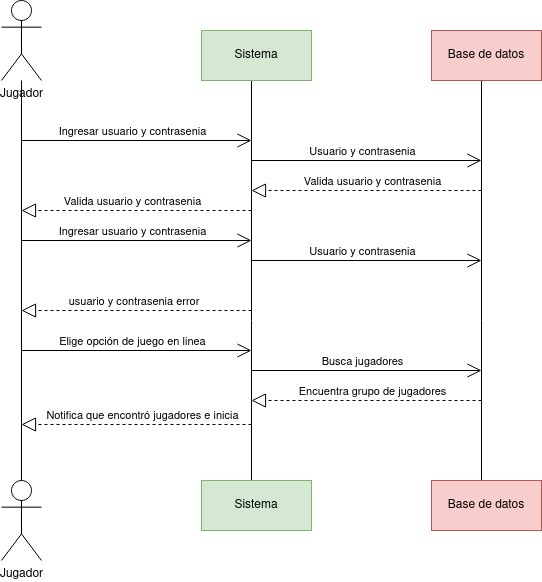
Above: Diagrama de Secuencia - Sistema de Videojuegos en Linea.png in alejandrosalazargonzalez/Diagrama-de-Secuencia-Sistema-de-Videojuegos-en-Linea (draw.io), before the change. Source tidied: cells renumbered, new cells last; positions are measured from the earlier drawing's top-left corner, leaving out a move shared by most shapes. Its diagram source:
```xml
<mxGraphModel>
  <root>
    <mxCell id="0" />
    <mxCell id="1" parent="0" />
    <mxCell id="2" style="edgeStyle=orthogonalEdgeStyle;rounded=0;jettySize=auto;html=1;endArrow=none;startFill=0;" parent="1" edge="1" source="3" target="6">
      <mxGeometry relative="1" as="geometry" />
    </mxCell>
    <mxCell id="3" value="Jugador" style="shape=umlActor;verticalLabelPosition=bottom;verticalAlign=top;html=1;" parent="1" vertex="1">
      <mxGeometry width="40" height="80" as="geometry" />
    </mxCell>
    <mxCell id="4" style="edgeStyle=orthogonalEdgeStyle;rounded=0;jettySize=auto;html=1;endArrow=none;startFill=0;" parent="1" edge="1" source="5" target="7">
      <mxGeometry relative="1" as="geometry">
        <Array as="points">
          <mxPoint x="250" y="320" />
          <mxPoint x="250" y="320" />
        </Array>
      </mxGeometry>
    </mxCell>
    <mxCell id="5" value="Sistema" style="html=1;whiteSpace=wrap;fillColor=#d5e8d4;strokeColor=#82b366;" parent="1" vertex="1">
      <mxGeometry x="200" y="30" width="110" height="50" as="geometry" />
    </mxCell>
    <mxCell id="6" value="Jugador" style="shape=umlActor;verticalLabelPosition=bottom;verticalAlign=top;html=1;" parent="1" vertex="1">
      <mxGeometry y="480" width="40" height="80" as="geometry" />
    </mxCell>
    <mxCell id="7" value="Sistema" style="html=1;whiteSpace=wrap;fillColor=#d5e8d4;strokeColor=#82b366;" parent="1" vertex="1">
      <mxGeometry x="200" y="480" width="110" height="50" as="geometry" />
    </mxCell>
    <mxCell id="8" style="endArrow=open;endFill=1;endSize=12;html=1;rounded=0;" parent="1" edge="1">
      <mxGeometry relative="1" as="geometry">
        <mxPoint x="20" y="140" as="sourcePoint" />
        <mxPoint x="250" y="140" as="targetPoint" />
      </mxGeometry>
    </mxCell>
    <mxCell id="9" value="Ingresar usuario y contrasenia" style="edgeLabel;html=1;align=center;verticalAlign=middle;" parent="8" vertex="1">
      <mxGeometry x="0.29" y="2" relative="1" as="geometry">
        <mxPoint x="-38" y="-8" as="offset" />
      </mxGeometry>
    </mxCell>
    <mxCell id="10" style="endArrow=block;dashed=1;endFill=0;endSize=12;html=1;rounded=0;" parent="1" edge="1">
      <mxGeometry relative="1" as="geometry">
        <mxPoint x="250" y="210" as="sourcePoint" />
        <mxPoint x="20" y="210" as="targetPoint" />
      </mxGeometry>
    </mxCell>
    <mxCell id="11" value="Valida usuario y contrasenia" style="edgeLabel;html=1;align=center;verticalAlign=middle;" parent="10" vertex="1">
      <mxGeometry x="-0.25" y="1" relative="1" as="geometry">
        <mxPoint x="-34" y="-11" as="offset" />
      </mxGeometry>
    </mxCell>
    <mxCell id="12" style="edgeStyle=orthogonalEdgeStyle;rounded=0;jettySize=auto;html=1;endArrow=none;startFill=0;" parent="1" edge="1" source="13" target="14">
      <mxGeometry relative="1" as="geometry">
        <Array as="points">
          <mxPoint x="480" y="320" />
          <mxPoint x="480" y="320" />
        </Array>
      </mxGeometry>
    </mxCell>
    <mxCell id="13" value="Base de datos" style="html=1;whiteSpace=wrap;fillColor=#f8cecc;strokeColor=#b85450;" parent="1" vertex="1">
      <mxGeometry x="430" y="30" width="110" height="50" as="geometry" />
    </mxCell>
    <mxCell id="14" value="Base de datos" style="html=1;whiteSpace=wrap;fillColor=#f8cecc;strokeColor=#b85450;" parent="1" vertex="1">
      <mxGeometry x="430" y="480" width="110" height="50" as="geometry" />
    </mxCell>
    <mxCell id="15" style="endArrow=open;endFill=1;endSize=12;html=1;rounded=0;" parent="1" edge="1">
      <mxGeometry relative="1" as="geometry">
        <mxPoint x="250" y="160" as="sourcePoint" />
        <mxPoint x="480" y="160" as="targetPoint" />
      </mxGeometry>
    </mxCell>
    <mxCell id="16" value="Usuario y contrasenia" style="edgeLabel;html=1;align=center;verticalAlign=middle;" parent="15" vertex="1">
      <mxGeometry x="0.29" y="2" relative="1" as="geometry">
        <mxPoint x="-38" y="-8" as="offset" />
      </mxGeometry>
    </mxCell>
    <mxCell id="17" style="endArrow=block;dashed=1;endFill=0;endSize=12;html=1;rounded=0;" parent="1" edge="1">
      <mxGeometry relative="1" as="geometry">
        <mxPoint x="480" y="190" as="sourcePoint" />
        <mxPoint x="250" y="190" as="targetPoint" />
      </mxGeometry>
    </mxCell>
    <mxCell id="18" value="Valida usuario y contrasenia" style="edgeLabel;html=1;align=center;verticalAlign=middle;" parent="17" vertex="1">
      <mxGeometry x="-0.41" y="3" relative="1" as="geometry">
        <mxPoint x="-42" y="-13" as="offset" />
      </mxGeometry>
    </mxCell>
    <mxCell id="19" style="endArrow=open;endFill=1;endSize=12;html=1;rounded=0;" parent="1" edge="1">
      <mxGeometry relative="1" as="geometry">
        <mxPoint x="20" y="240" as="sourcePoint" />
        <mxPoint x="250" y="240" as="targetPoint" />
      </mxGeometry>
    </mxCell>
    <mxCell id="20" value="Ingresar usuario y contrasenia" style="edgeLabel;html=1;align=center;verticalAlign=middle;" parent="19" vertex="1">
      <mxGeometry x="0.29" y="2" relative="1" as="geometry">
        <mxPoint x="-38" y="-8" as="offset" />
      </mxGeometry>
    </mxCell>
    <mxCell id="21" style="endArrow=block;dashed=1;endFill=0;endSize=12;html=1;rounded=0;" parent="1" edge="1">
      <mxGeometry relative="1" as="geometry">
        <mxPoint x="250" y="310" as="sourcePoint" />
        <mxPoint x="20" y="310" as="targetPoint" />
      </mxGeometry>
    </mxCell>
    <mxCell id="22" value="&amp;nbsp;usuario y contrasenia error" style="edgeLabel;html=1;align=center;verticalAlign=middle;" parent="21" vertex="1">
      <mxGeometry x="-0.25" y="1" relative="1" as="geometry">
        <mxPoint x="-34" y="-11" as="offset" />
      </mxGeometry>
    </mxCell>
    <mxCell id="23" style="endArrow=open;endFill=1;endSize=12;html=1;rounded=0;" parent="1" edge="1">
      <mxGeometry relative="1" as="geometry">
        <mxPoint x="250" y="260" as="sourcePoint" />
        <mxPoint x="480" y="260" as="targetPoint" />
      </mxGeometry>
    </mxCell>
    <mxCell id="24" value="Usuario y contrasenia" style="edgeLabel;html=1;align=center;verticalAlign=middle;" parent="23" vertex="1">
      <mxGeometry x="0.29" y="2" relative="1" as="geometry">
        <mxPoint x="-38" y="-8" as="offset" />
      </mxGeometry>
    </mxCell>
    <mxCell id="25" style="endArrow=block;dashed=1;endFill=0;endSize=12;html=1;rounded=0;" parent="1" edge="1">
      <mxGeometry relative="1" as="geometry">
        <mxPoint x="480" y="400" as="sourcePoint" />
        <mxPoint x="250" y="400" as="targetPoint" />
      </mxGeometry>
    </mxCell>
    <mxCell id="26" value="Encuentra grupo de jugadores" style="edgeLabel;html=1;align=center;verticalAlign=middle;" parent="25" vertex="1">
      <mxGeometry x="-0.41" y="3" relative="1" as="geometry">
        <mxPoint x="-42" y="-13" as="offset" />
      </mxGeometry>
    </mxCell>
    <mxCell id="27" style="endArrow=open;endFill=1;endSize=12;html=1;rounded=0;" parent="1" edge="1">
      <mxGeometry relative="1" as="geometry">
        <mxPoint x="20" y="350" as="sourcePoint" />
        <mxPoint x="250" y="350" as="targetPoint" />
      </mxGeometry>
    </mxCell>
    <mxCell id="28" value="Elige opción de juego en linea" style="edgeLabel;html=1;align=center;verticalAlign=middle;" parent="27" vertex="1">
      <mxGeometry x="0.29" y="2" relative="1" as="geometry">
        <mxPoint x="-38" y="-8" as="offset" />
      </mxGeometry>
    </mxCell>
    <mxCell id="29" style="endArrow=open;endFill=1;endSize=12;html=1;rounded=0;" parent="1" edge="1">
      <mxGeometry relative="1" as="geometry">
        <mxPoint x="250" y="370" as="sourcePoint" />
        <mxPoint x="480" y="370" as="targetPoint" />
      </mxGeometry>
    </mxCell>
    <mxCell id="30" value="Busca jugadores" style="edgeLabel;html=1;align=center;verticalAlign=middle;" parent="29" vertex="1">
      <mxGeometry x="0.29" y="2" relative="1" as="geometry">
        <mxPoint x="-38" y="-8" as="offset" />
      </mxGeometry>
    </mxCell>
    <mxCell id="31" style="endArrow=block;dashed=1;endFill=0;endSize=12;html=1;rounded=0;" parent="1" edge="1">
      <mxGeometry relative="1" as="geometry">
        <mxPoint x="250" y="424" as="sourcePoint" />
        <mxPoint x="20" y="424" as="targetPoint" />
      </mxGeometry>
    </mxCell>
    <mxCell id="32" value="Notifica que encontró jugadores e inicia" style="edgeLabel;html=1;align=center;verticalAlign=middle;" parent="31" vertex="1">
      <mxGeometry x="-0.41" y="3" relative="1" as="geometry">
        <mxPoint x="-42" y="-13" as="offset" />
      </mxGeometry>
    </mxCell>
  </root>
</mxGraphModel>
```
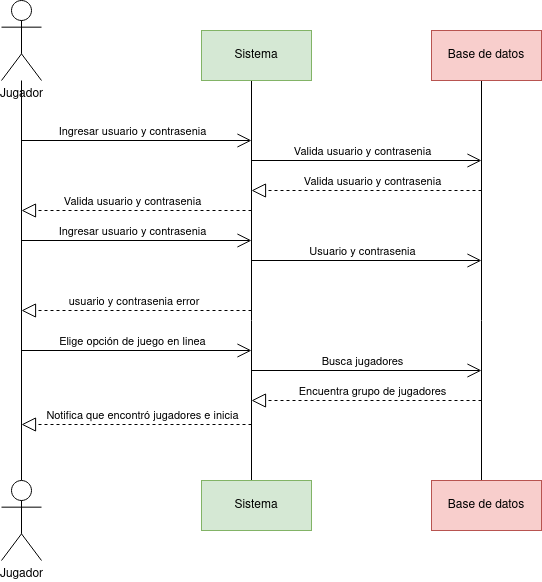
The same file after the commit.

Diff of the diagram source:
```diff
@@ -67,7 +67,7 @@
         <mxPoint x="480" y="160" as="targetPoint" />
       </mxGeometry>
     </mxCell>
-    <mxCell id="16" value="Usuario y contrasenia" style="edgeLabel;html=1;align=center;verticalAlign=middle;" parent="15" vertex="1">
+    <mxCell id="16" value="Valida usuario y contrasenia" style="edgeLabel;html=1;align=center;verticalAlign=middle;" parent="15" vertex="1">
       <mxGeometry x="0.29" y="2" relative="1" as="geometry">
         <mxPoint x="-38" y="-8" as="offset" />
       </mxGeometry>
```
